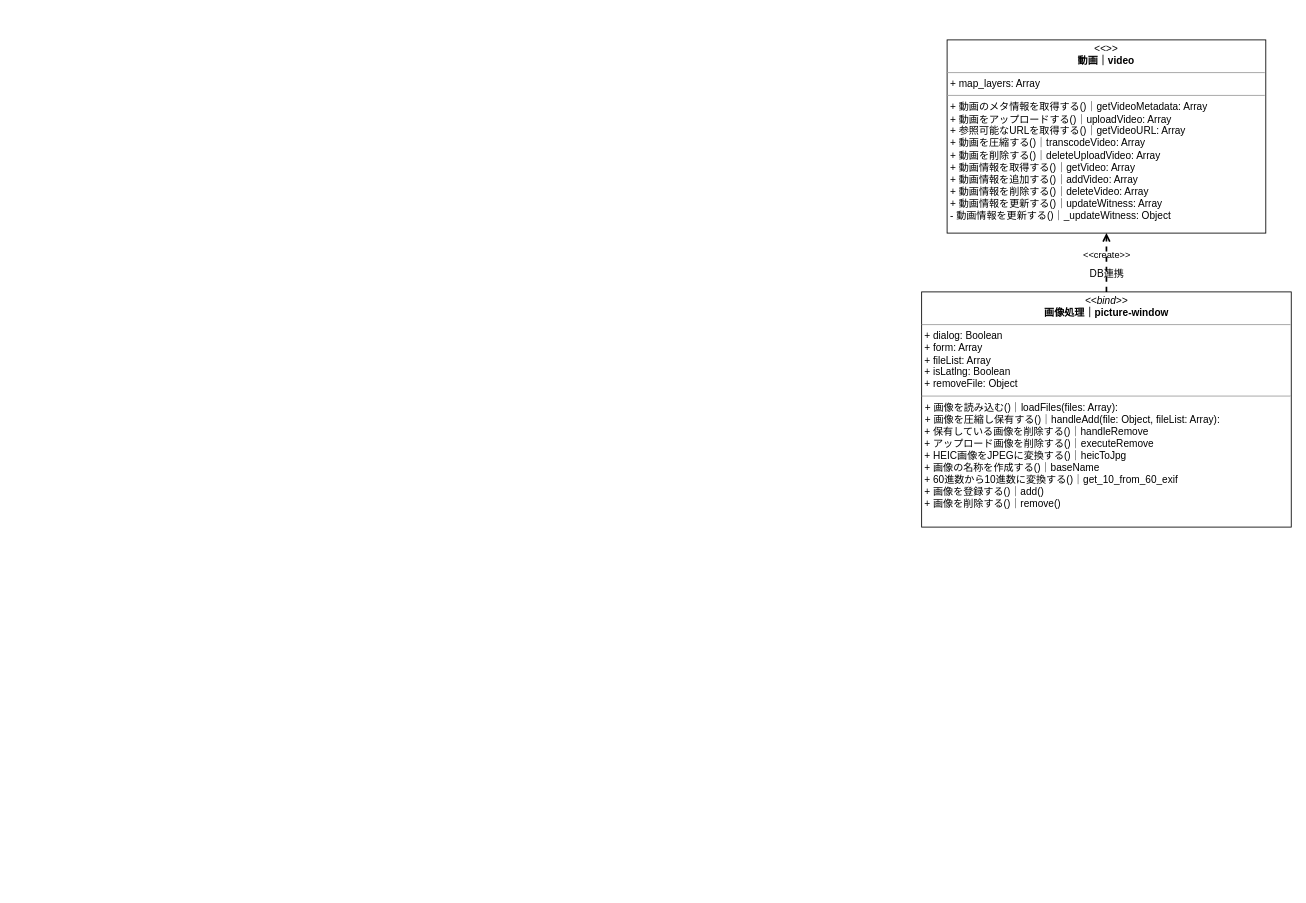
The draw.io diagram page "クラス図" (6 of 6) of Iriomote.drawio in kaoru387/draw.io, before the edit. Source tidied: cells renumbered, new cells numbered last; positions are measured from the earlier drawing's top-left corner, leaving out a move shared by most shapes. Both pictures are drawn from the tidied source at 84%, with x=0, y=0 at pixel (921, 39).
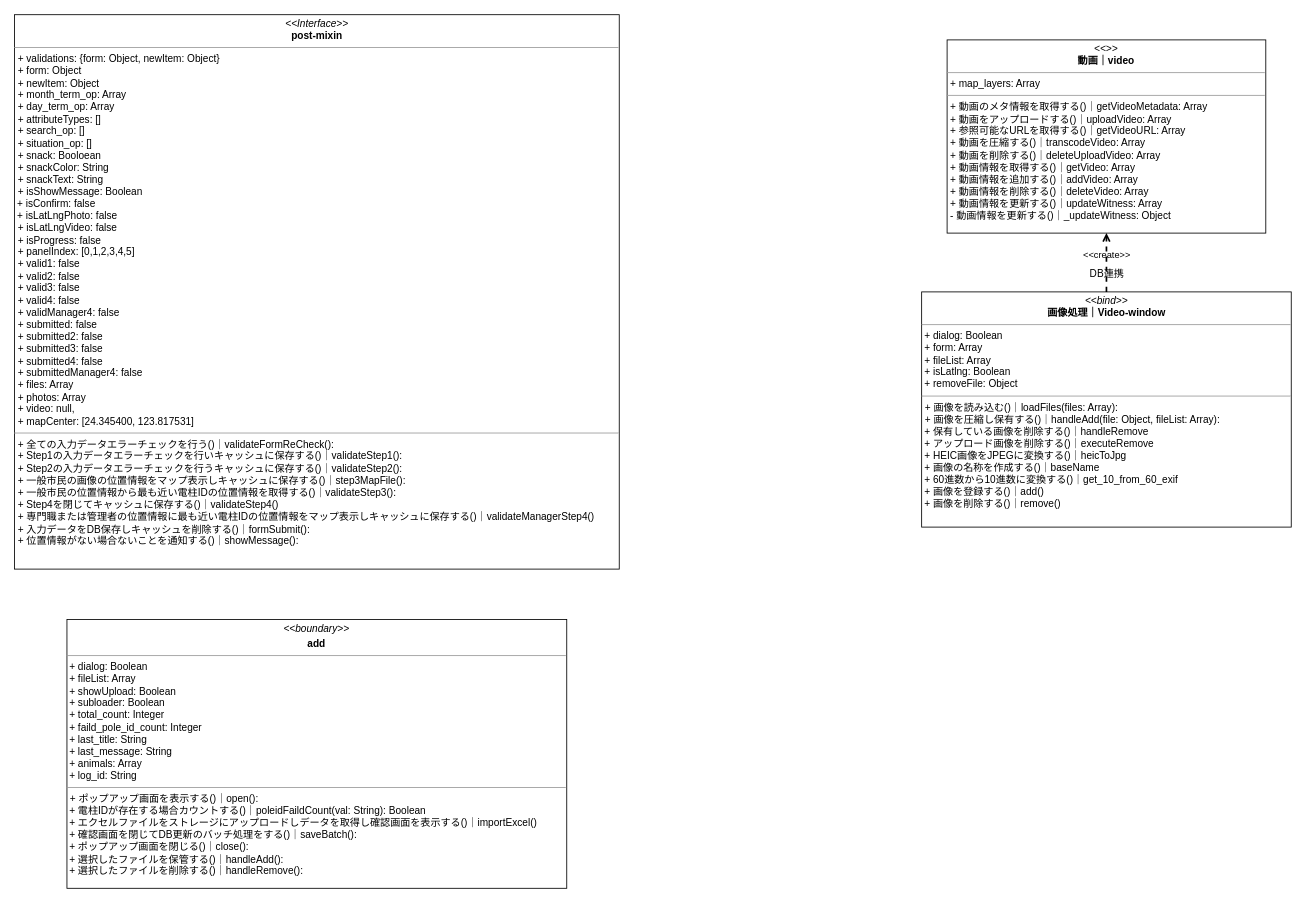
The same page after the edit.

Commit message:
Iriomote.drawio を更新します

Change to the diagram source:
```diff
@@
 <mxGraphModel>
   <root>
     <mxCell id="0" />
     <mxCell id="1" parent="0" />
-    <mxCell id="2" value="&lt;p style=&quot;margin:0px;margin-top:4px;text-align:center;&quot;&gt;&lt;i&gt;&amp;lt;&amp;lt;bind&amp;gt;&amp;gt;&lt;/i&gt;&lt;br&gt;&lt;b&gt;画像処理｜picture-window&lt;/b&gt;&lt;/p&gt;&lt;hr size=&quot;1&quot;&gt;&lt;div&gt;&lt;span style=&quot;background-color: initial;&quot;&gt;&amp;nbsp;+ dialog: Boolean&lt;/span&gt;&lt;br&gt;&lt;/div&gt;&lt;div&gt;&amp;nbsp;+ form: Array&lt;span style=&quot;background-color: initial;&quot;&gt;&lt;br&gt;&lt;/span&gt;&lt;/div&gt;&lt;div&gt;&amp;nbsp;+ fileList: Array&amp;nbsp;&lt;/div&gt;&lt;div&gt;&lt;span style=&quot;background-color: initial;&quot;&gt;&amp;nbsp;+ isLatlng: Boolean&lt;/span&gt;&lt;/div&gt;&lt;div&gt;&lt;span style=&quot;background-color: initial;&quot;&gt;&amp;nbsp;+ removeFile: Object&lt;/span&gt;&lt;/div&gt;&lt;hr size=&quot;1&quot;&gt;&lt;p style=&quot;margin:0px;margin-left:4px;&quot;&gt;&lt;span style=&quot;background-color: initial;&quot;&gt;+ 画像を読み込む()｜loadFiles(files: Array):&amp;nbsp;&lt;/span&gt;&lt;/p&gt;&lt;p style=&quot;margin:0px;margin-left:4px;&quot;&gt;+ 画像を圧縮し保有する()｜handleAdd(file: Object, fileList: Array):&amp;nbsp;&lt;span style=&quot;background-color: initial;&quot;&gt;&lt;br&gt;&lt;/span&gt;&lt;/p&gt;&amp;nbsp;+ 保有している画像を削除する()｜&lt;span style=&quot;background-color: initial;&quot;&gt;handleRemove&lt;/span&gt;&lt;br&gt;&amp;nbsp;+ アップロード画像を削除する()｜&lt;span style=&quot;background-color: initial;&quot;&gt;executeRemove&lt;/span&gt;&lt;br&gt;&amp;nbsp;+ HEIC画像をJPEGに変換する()｜&lt;span style=&quot;background-color: initial;&quot;&gt;heicToJpg&lt;/span&gt;&lt;br&gt;&amp;nbsp;+ 画像の名称を作成する()｜&lt;span style=&quot;background-color: initial;&quot;&gt;baseName&lt;/span&gt;&lt;br&gt;&amp;nbsp;+ 60進数から10進数に変換する()｜&lt;span style=&quot;background-color: initial;&quot;&gt;get_10_from_60_exif&lt;/span&gt;&lt;br&gt;&amp;nbsp;+ 画像を登録する()｜add()&lt;br&gt;&amp;nbsp;&lt;span style=&quot;background-color: initial;&quot;&gt;+ 画像を削除&lt;/span&gt;する()｜&lt;span style=&quot;background-color: initial;&quot;&gt;remove()&lt;/span&gt;" style="verticalAlign=top;align=left;overflow=fill;fontSize=12;fontFamily=Helvetica;html=1;" parent="1" vertex="1">
+    <mxCell id="2" value="&lt;p style=&quot;margin:0px;margin-top:4px;text-align:center;&quot;&gt;&lt;i&gt;&amp;lt;&amp;lt;bind&amp;gt;&amp;gt;&lt;/i&gt;&lt;br&gt;&lt;b&gt;画像処理｜Video-window&lt;/b&gt;&lt;/p&gt;&lt;hr size=&quot;1&quot;&gt;&lt;div&gt;&lt;span style=&quot;background-color: initial;&quot;&gt;&amp;nbsp;+ dialog: Boolean&lt;/span&gt;&lt;br&gt;&lt;/div&gt;&lt;div&gt;&amp;nbsp;+ form: Array&lt;span style=&quot;background-color: initial;&quot;&gt;&lt;br&gt;&lt;/span&gt;&lt;/div&gt;&lt;div&gt;&amp;nbsp;+ fileList: Array&amp;nbsp;&lt;/div&gt;&lt;div&gt;&lt;span style=&quot;background-color: initial;&quot;&gt;&amp;nbsp;+ isLatlng: Boolean&lt;/span&gt;&lt;/div&gt;&lt;div&gt;&lt;span style=&quot;background-color: initial;&quot;&gt;&amp;nbsp;+ removeFile: Object&lt;/span&gt;&lt;/div&gt;&lt;hr size=&quot;1&quot;&gt;&lt;p style=&quot;margin:0px;margin-left:4px;&quot;&gt;&lt;span style=&quot;background-color: initial;&quot;&gt;+ 画像を読み込む()｜loadFiles(files: Array):&amp;nbsp;&lt;/span&gt;&lt;/p&gt;&lt;p style=&quot;margin:0px;margin-left:4px;&quot;&gt;+ 画像を圧縮し保有する()｜handleAdd(file: Object, fileList: Array):&amp;nbsp;&lt;span style=&quot;background-color: initial;&quot;&gt;&lt;br&gt;&lt;/span&gt;&lt;/p&gt;&amp;nbsp;+ 保有している画像を削除する()｜&lt;span style=&quot;background-color: initial;&quot;&gt;handleRemove&lt;/span&gt;&lt;br&gt;&amp;nbsp;+ アップロード画像を削除する()｜&lt;span style=&quot;background-color: initial;&quot;&gt;executeRemove&lt;/span&gt;&lt;br&gt;&amp;nbsp;+ HEIC画像をJPEGに変換する()｜&lt;span style=&quot;background-color: initial;&quot;&gt;heicToJpg&lt;/span&gt;&lt;br&gt;&amp;nbsp;+ 画像の名称を作成する()｜&lt;span style=&quot;background-color: initial;&quot;&gt;baseName&lt;/span&gt;&lt;br&gt;&amp;nbsp;+ 60進数から10進数に変換する()｜&lt;span style=&quot;background-color: initial;&quot;&gt;get_10_from_60_exif&lt;/span&gt;&lt;br&gt;&amp;nbsp;+ 画像を登録する()｜add()&lt;br&gt;&amp;nbsp;&lt;span style=&quot;background-color: initial;&quot;&gt;+ 画像を削除&lt;/span&gt;する()｜&lt;span style=&quot;background-color: initial;&quot;&gt;remove()&lt;/span&gt;" style="verticalAlign=top;align=left;overflow=fill;fontSize=12;fontFamily=Helvetica;html=1;" parent="1" vertex="1">
       <mxGeometry x="-0.3" y="300" width="440" height="280" as="geometry" />
     </mxCell>
     <mxCell id="3" value="&lt;p style=&quot;margin:0px;margin-top:4px;text-align:center;&quot;&gt;&lt;i&gt;&amp;lt;&amp;lt;&amp;gt;&amp;gt;&lt;/i&gt;&lt;br&gt;&lt;b&gt;動画｜video&lt;/b&gt;&lt;br&gt;&lt;/p&gt;&lt;hr size=&quot;1&quot;&gt;&lt;p style=&quot;margin:0px;margin-left:4px;&quot;&gt;+ map_layers: Array&lt;/p&gt;&lt;hr size=&quot;1&quot;&gt;&lt;p style=&quot;margin:0px;margin-left:4px;&quot;&gt;&lt;span style=&quot;background-color: initial;&quot;&gt;+ 動画のメタ情報を取得する()｜getVideoMetadata: Array&lt;/span&gt;&lt;br&gt;&lt;/p&gt;&lt;p style=&quot;margin:0px;margin-left:4px;&quot;&gt;+ 動画をアップロードする()｜uploadVideo: Array&lt;/p&gt;&lt;p style=&quot;margin:0px;margin-left:4px;&quot;&gt;+ 参照可能なURLを取得する()｜getVideoURL: Array&lt;/p&gt;&lt;p style=&quot;margin:0px;margin-left:4px;&quot;&gt;+ 動画を圧縮する()｜transcodeVideo: Array&lt;/p&gt;&lt;p style=&quot;margin:0px;margin-left:4px;&quot;&gt;+ 動画を削除する()｜deleteUploadVideo: Array&lt;/p&gt;&lt;p style=&quot;margin:0px;margin-left:4px;&quot;&gt;+ 動画情報を取得する()｜getVideo: Array&lt;/p&gt;&lt;p style=&quot;margin:0px;margin-left:4px;&quot;&gt;+ 動画情報を追加する()｜addVideo: Array&lt;/p&gt;&lt;p style=&quot;margin:0px;margin-left:4px;&quot;&gt;+ 動画情報を削除する()｜deleteVideo: Array&lt;/p&gt;&lt;p style=&quot;margin:0px;margin-left:4px;&quot;&gt;+ 動画情報を更新する()｜updateWitness: Array&lt;/p&gt;&lt;p style=&quot;margin:0px;margin-left:4px;&quot;&gt;&lt;span style=&quot;background-color: initial;&quot;&gt;&lt;/span&gt;&lt;/p&gt;&lt;p style=&quot;margin:0px;margin-left:4px;&quot;&gt;- 動画情報を更新する&lt;span style=&quot;background-color: initial;&quot;&gt;()｜_updateWitness: Object&lt;/span&gt;&lt;/p&gt;" style="verticalAlign=top;align=left;overflow=fill;fontSize=12;fontFamily=Helvetica;html=1;fontColor=#000000;" parent="1" vertex="1">
       <mxGeometry x="30" width="379.4" height="230" as="geometry" />
     </mxCell>
     <mxCell id="4" value="&amp;lt;&amp;lt;create&amp;gt;&amp;gt;" style="endArrow=open;html=1;rounded=0;align=center;verticalAlign=bottom;dashed=1;endFill=0;labelBackgroundColor=none;fontColor=#000000;startSize=22;endSize=6;sourcePerimeterSpacing=0;targetPerimeterSpacing=0;strokeWidth=2;jumpSize=6;entryX=0.5;entryY=1;entryDx=0;entryDy=0;exitX=0.5;exitY=0;exitDx=0;exitDy=0;" parent="1" edge="1" source="2" target="3">
       <mxGeometry relative="1" as="geometry" />
     </mxCell>
     <mxCell id="5" value="DB連携" style="html=1;align=center;verticalAlign=top;labelBackgroundColor=none;fontColor=#000000;" parent="4" vertex="1">
       <mxGeometry relative="1" as="geometry" />
     </mxCell>
+    <mxCell id="6" value="&lt;p style=&quot;margin:0px;margin-top:4px;text-align:center;&quot;&gt;&lt;i&gt;&amp;lt;&amp;lt;Interface&amp;gt;&amp;gt;&lt;/i&gt;&lt;br&gt;&lt;b&gt;post-mixin&lt;/b&gt;&lt;/p&gt;&lt;hr size=&quot;1&quot;&gt;&lt;p style=&quot;margin:0px;margin-left:4px;&quot;&gt;+ validations: {form: Object, newItem: Object}&lt;br&gt;+&amp;nbsp;form: Object&lt;/p&gt;&lt;p style=&quot;margin:0px;margin-left:4px;&quot;&gt;+ newItem: Object&lt;br&gt;&lt;/p&gt;&lt;p style=&quot;margin:0px;margin-left:4px;&quot;&gt;+&amp;nbsp;month_term_op: Array&lt;/p&gt;&lt;p style=&quot;margin:0px;margin-left:4px;&quot;&gt;+&amp;nbsp;day_term_op: Array&lt;/p&gt;&lt;p style=&quot;margin:0px;margin-left:4px;&quot;&gt;+&amp;nbsp;attributeTypes: []&lt;/p&gt;&lt;p style=&quot;margin:0px;margin-left:4px;&quot;&gt;+&amp;nbsp;search_op: []&lt;/p&gt;&lt;p style=&quot;margin:0px;margin-left:4px;&quot;&gt;+&amp;nbsp;situation_op: []&lt;/p&gt;&lt;p style=&quot;margin:0px;margin-left:4px;&quot;&gt;+ snack: Booloean&lt;/p&gt;&lt;p style=&quot;margin:0px;margin-left:4px;&quot;&gt;+ snackColor: String&lt;/p&gt;&lt;p style=&quot;margin:0px;margin-left:4px;&quot;&gt;+&amp;nbsp;snackText: String&lt;/p&gt;&lt;p style=&quot;margin:0px;margin-left:4px;&quot;&gt;+&amp;nbsp;isShowMessage: Boolean&lt;/p&gt;&amp;nbsp;+&amp;nbsp;&lt;span style=&quot;background-color: initial;&quot;&gt;isConfirm&lt;/span&gt;: false&lt;br&gt;&amp;nbsp;+&amp;nbsp;&lt;span style=&quot;background-color: initial;&quot;&gt;isLatLngPhoto: false&lt;/span&gt;&lt;br&gt;&lt;p style=&quot;margin:0px;margin-left:4px;&quot;&gt;+ isLatLngVideo: false&lt;/p&gt;&lt;p style=&quot;margin:0px;margin-left:4px;&quot;&gt;+ isProgress: false&lt;/p&gt;&lt;p style=&quot;margin:0px;margin-left:4px;&quot;&gt;+ panelIndex: [0,1,2,3,4,5]&lt;/p&gt;&lt;p style=&quot;margin:0px;margin-left:4px;&quot;&gt;+ valid1: false&lt;/p&gt;&lt;p style=&quot;margin:0px;margin-left:4px;&quot;&gt;+ valid2: false&lt;/p&gt;&lt;p style=&quot;margin:0px;margin-left:4px;&quot;&gt;+ valid3: false&lt;/p&gt;&lt;p style=&quot;margin:0px;margin-left:4px;&quot;&gt;+ valid4: false&lt;/p&gt;&lt;p style=&quot;margin:0px;margin-left:4px;&quot;&gt;+ validManager4: false&lt;/p&gt;&lt;p style=&quot;margin:0px;margin-left:4px;&quot;&gt;+ submitted: false&lt;/p&gt;&lt;p style=&quot;margin:0px;margin-left:4px;&quot;&gt;+ submitted2: false&lt;/p&gt;&lt;p style=&quot;margin:0px;margin-left:4px;&quot;&gt;+ submitted3: false&lt;/p&gt;&lt;p style=&quot;margin:0px;margin-left:4px;&quot;&gt;+ submitted4: false&lt;/p&gt;&lt;p style=&quot;margin:0px;margin-left:4px;&quot;&gt;+ submittedManager4: false&lt;/p&gt;&lt;p style=&quot;margin:0px;margin-left:4px;&quot;&gt;+ files: Array&lt;/p&gt;&lt;p style=&quot;margin:0px;margin-left:4px;&quot;&gt;+ photos: Array&lt;/p&gt;&lt;p style=&quot;margin:0px;margin-left:4px;&quot;&gt;+ video: null,&lt;/p&gt;&lt;p style=&quot;margin:0px;margin-left:4px;&quot;&gt;+ mapCenter: [24.345400, 123.817531]&lt;/p&gt;&lt;hr size=&quot;1&quot;&gt;&lt;p style=&quot;margin:0px;margin-left:4px;&quot;&gt;&lt;span style=&quot;background-color: initial;&quot;&gt;+ 全ての入力データエラーチェックを行う()｜validateFormReCheck():&amp;nbsp;&lt;/span&gt;&lt;/p&gt;&lt;p style=&quot;margin:0px;margin-left:4px;&quot;&gt;+ Step1の入力データエラーチェックを行いキャッシュに保存する()｜validateStep1():&lt;/p&gt;&lt;p style=&quot;margin:0px;margin-left:4px;&quot;&gt;+ Step2の入力データエラーチェックを行うキャッシュに保存する()｜validateStep2():&lt;/p&gt;&lt;p style=&quot;margin:0px;margin-left:4px;&quot;&gt;+ 一般市民の画像の位置情報をマップ表示しキャッシュに保存する()｜step3MapFile():&lt;/p&gt;&lt;p style=&quot;margin:0px;margin-left:4px;&quot;&gt;+ 一般市民の位置情報から最も近い電柱IDの位置情報を取得する()｜validateStep3():&lt;/p&gt;&lt;p style=&quot;margin:0px;margin-left:4px;&quot;&gt;+ Step4を閉じてキャッシュに保存する()｜validateStep4()&lt;/p&gt;&lt;p style=&quot;margin:0px;margin-left:4px;&quot;&gt;+ 専門職または管理者の位置情報に最も近い電柱IDの位置情報をマップ表示しキャッシュに保存する()｜validateManagerStep4()&lt;/p&gt;&lt;p style=&quot;margin:0px;margin-left:4px;&quot;&gt;+ 入力データをDB保存しキャッシュを削除する()｜formSubmit():&lt;/p&gt;&lt;p style=&quot;margin:0px;margin-left:4px;&quot;&gt;+ 位置情報がない場合ないことを通知する()｜showMessage():&amp;nbsp;&lt;/p&gt;" style="verticalAlign=top;align=left;overflow=fill;fontSize=12;fontFamily=Helvetica;html=1;" parent="1" vertex="1">
+      <mxGeometry x="-1080.3" y="-30" width="720" height="660" as="geometry" />
+    </mxCell>
+    <mxCell id="7" value="&lt;p style=&quot;margin:0px;margin-top:4px;text-align:center;&quot;&gt;&lt;i&gt;&amp;lt;&amp;lt;boundary&amp;gt;&amp;gt;&lt;/i&gt;&lt;b&gt;&lt;br&gt;&lt;/b&gt;&lt;/p&gt;&lt;p style=&quot;margin:0px;margin-top:4px;text-align:center;&quot;&gt;&lt;b&gt;add&lt;/b&gt;&lt;/p&gt;&lt;hr size=&quot;1&quot;&gt;&lt;div&gt;&amp;nbsp;+ dialog: Boolean&lt;/div&gt;&lt;div&gt;&amp;nbsp;+ fileList: Array&amp;nbsp;&lt;/div&gt;&lt;div&gt;&amp;nbsp;+ showUpload: Boolean&lt;/div&gt;&lt;div&gt;&amp;nbsp;+ subloader: Boolean&lt;/div&gt;&lt;div&gt;&amp;nbsp;+ total_count: Integer&lt;/div&gt;&lt;div&gt;&amp;nbsp;+ faild_pole_id_count: Integer&lt;/div&gt;&lt;div&gt;&amp;nbsp;+ last_title: String&lt;/div&gt;&lt;div&gt;&amp;nbsp;+ last_message: String&lt;/div&gt;&lt;div&gt;&amp;nbsp;+ animals: Array&lt;/div&gt;&lt;div&gt;&amp;nbsp;+ log_id: String&lt;/div&gt;&lt;hr size=&quot;1&quot;&gt;&lt;p style=&quot;margin:0px;margin-left:4px;&quot;&gt;&lt;span style=&quot;background-color: initial;&quot;&gt;+ ポップアップ画面を表示する()｜open():&amp;nbsp;&lt;/span&gt;&lt;/p&gt;&amp;nbsp;+&amp;nbsp;電柱IDが存在する場合カウントする()｜poleidFaildCount(val: String): Boolean&lt;br&gt;&amp;nbsp;+ エクセルファイルをストレージにアップロードしデータを取得し確認画面を表示する()｜importExcel()&lt;br&gt;&amp;nbsp;+ 確認画面を閉じてDB更新のバッチ処理をする()｜saveBatch():&amp;nbsp;&lt;br&gt;&amp;nbsp;+ ポップアップ画面を閉じる()｜close():&amp;nbsp;&lt;br&gt;&amp;nbsp;+ 選択したファイルを保管する()｜handleAdd():&amp;nbsp;&lt;br&gt;&amp;nbsp;+ 選択したファイルを削除する()｜handleRemove():&amp;nbsp;" style="verticalAlign=top;align=left;overflow=fill;fontSize=12;fontFamily=Helvetica;html=1;" parent="1" vertex="1">
+      <mxGeometry x="-1017.8" y="690" width="595" height="320" as="geometry" />
+    </mxCell>
   </root>
 </mxGraphModel>
```
